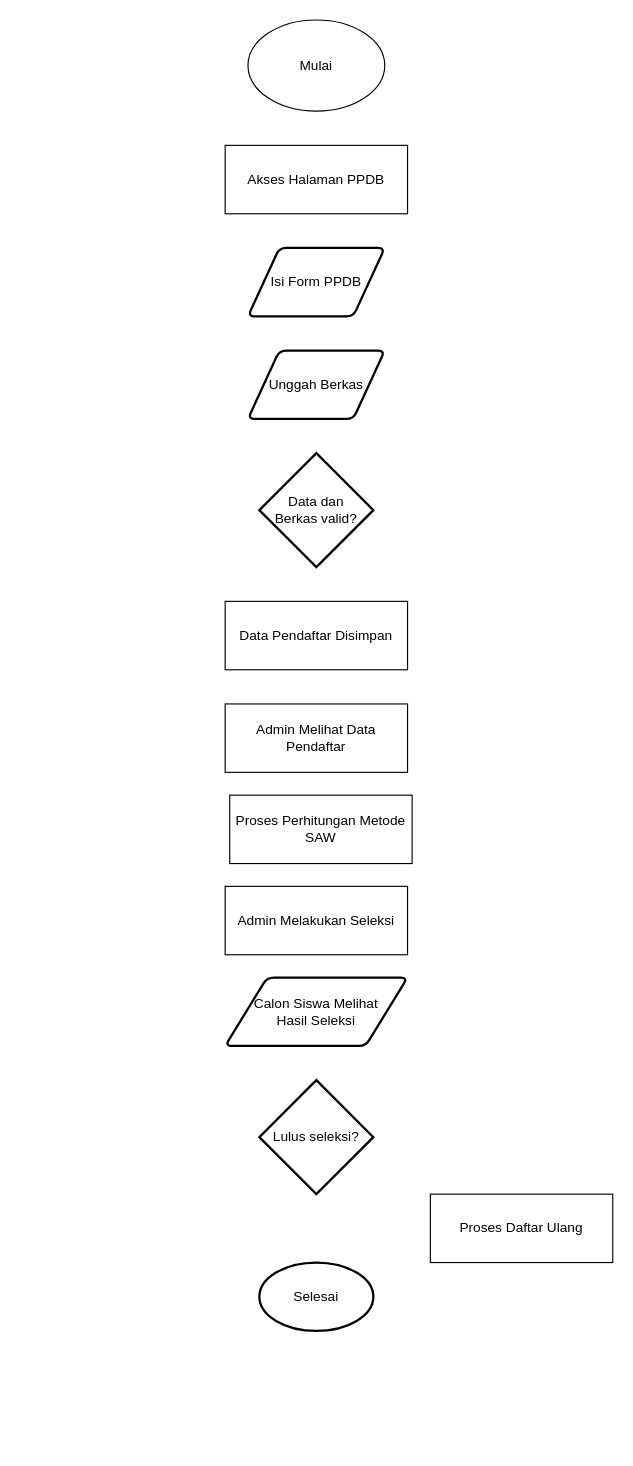
Before: design/Untitled Diagram.drawio in ryotwell/draw.io, a draw.io diagram. Source tidied: cells renumbered, new cells numbered last; positions are measured from the earlier drawing's top-left corner, leaving out a move shared by most shapes. Both pictures are drawn from the tidied source at 114%, with x=0, y=0 at pixel (225, 19).
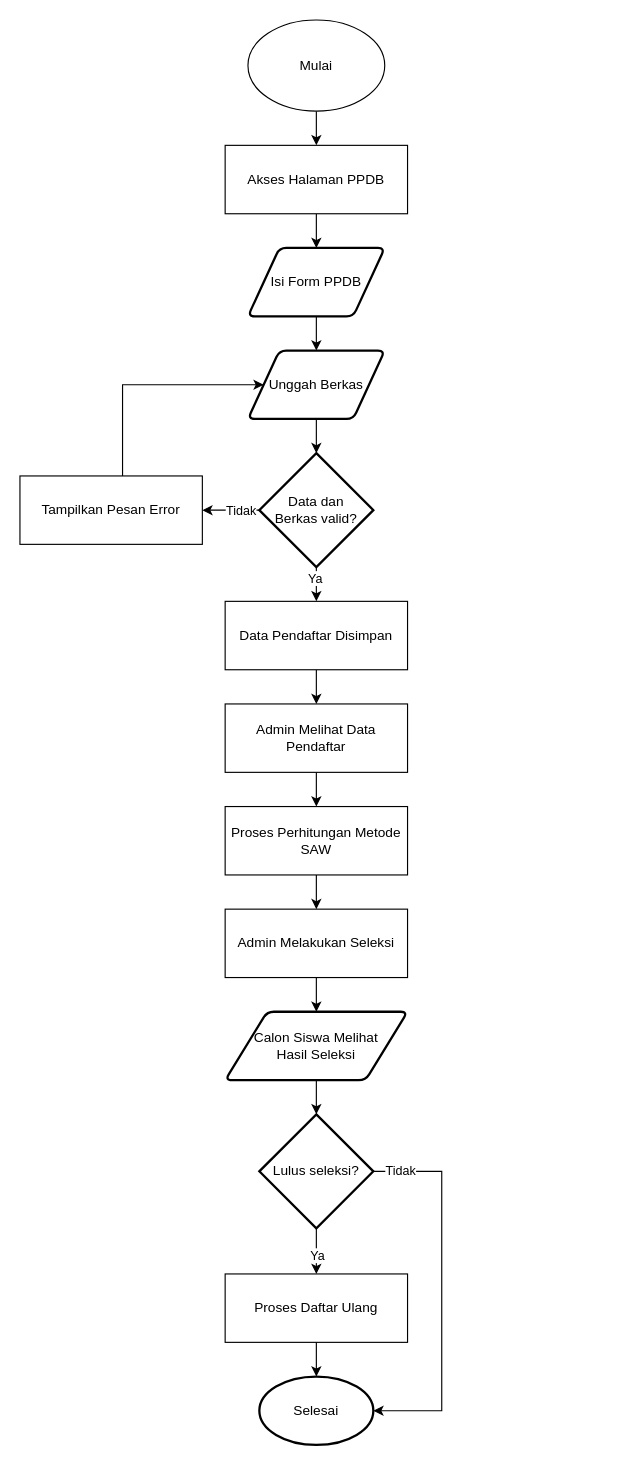
The same diagram, later.

Unchanged cells that the change refers to:
```xml
<mxCell id="2" value="Mulai" style="ellipse;whiteSpace=wrap;html=1;" parent="1" vertex="1">
  <mxGeometry x="20" width="120" height="80" as="geometry" />
</mxCell>
<mxCell id="3" value="Akses Halaman PPDB" style="rounded=0;whiteSpace=wrap;html=1;" parent="1" vertex="1">
  <mxGeometry y="110" width="160" height="60" as="geometry" />
</mxCell>
<mxCell id="4" value="Isi Form PPDB" style="shape=parallelogram;html=1;strokeWidth=2;perimeter=parallelogramPerimeter;whiteSpace=wrap;rounded=1;arcSize=12;size=0.23;" parent="1" vertex="1">
  <mxGeometry x="20" y="200" width="120" height="60" as="geometry" />
</mxCell>
<mxCell id="5" value="Unggah Berkas" style="shape=parallelogram;html=1;strokeWidth=2;perimeter=parallelogramPerimeter;whiteSpace=wrap;rounded=1;arcSize=12;size=0.23;" parent="1" vertex="1">
  <mxGeometry x="20" y="290" width="120" height="60" as="geometry" />
</mxCell>
<mxCell id="6" value="Data dan&lt;div&gt;Berkas valid?&lt;/div&gt;" style="strokeWidth=2;html=1;shape=mxgraph.flowchart.decision;whiteSpace=wrap;" parent="1" vertex="1">
  <mxGeometry x="30" y="380" width="100" height="100" as="geometry" />
</mxCell>
<mxCell id="11" value="Data P&lt;span style=&quot;color: light-dark(rgb(0, 0, 0), rgb(255, 255, 255)); background-color: transparent;&quot;&gt;endaftar Disimpan&lt;/span&gt;" style="rounded=0;whiteSpace=wrap;html=1;" parent="1" vertex="1">
  <mxGeometry y="510" width="160" height="60" as="geometry" />
</mxCell>
<mxCell id="12" value="Admin Melihat Data Pendaftar" style="rounded=0;whiteSpace=wrap;html=1;" parent="1" vertex="1">
  <mxGeometry y="600" width="160" height="60" as="geometry" />
</mxCell>
```

The edit, as a diff of the source:
```diff
@@
+    <mxCell id="15" style="edgeStyle=orthogonalEdgeStyle;rounded=0;jettySize=auto;html=1;" parent="1" edge="1" source="2" target="3">
+      <mxGeometry relative="1" as="geometry" />
+    </mxCell>
@@
+    <mxCell id="16" style="edgeStyle=orthogonalEdgeStyle;rounded=0;jettySize=auto;html=1;entryX=0.5;entryY=0;entryDx=0;entryDy=0;" parent="1" edge="1" source="3" target="4">
+      <mxGeometry relative="1" as="geometry" />
+    </mxCell>
@@
+    <mxCell id="17" style="edgeStyle=orthogonalEdgeStyle;rounded=0;jettySize=auto;html=1;" parent="1" edge="1" source="4" target="5">
+      <mxGeometry relative="1" as="geometry" />
+    </mxCell>
@@
+    <mxCell id="18" style="edgeStyle=orthogonalEdgeStyle;rounded=0;jettySize=auto;html=1;" parent="1" edge="1" source="6" target="11">
+      <mxGeometry relative="1" as="geometry" />
+    </mxCell>
+    <mxCell id="19" value="Ya" style="edgeLabel;html=1;align=center;verticalAlign=middle;" parent="18" vertex="1">
+      <mxGeometry x="-0.63" y="-2" relative="1" as="geometry" />
+    </mxCell>
+    <mxCell id="20" style="edgeStyle=orthogonalEdgeStyle;rounded=0;jettySize=auto;html=1;entryX=1;entryY=0.5;entryDx=0;entryDy=0;" parent="1" edge="1" source="6" target="30">
+      <mxGeometry relative="1" as="geometry" />
+    </mxCell>
+    <mxCell id="21" value="Tidak" style="edgeLabel;html=1;align=center;verticalAlign=middle;" parent="20" vertex="1">
+      <mxGeometry x="-0.33" relative="1" as="geometry" />
+    </mxCell>
@@
     <mxCell id="7" value="Calon Siswa&amp;nbsp;&lt;span style=&quot;background-color: transparent; color: light-dark(rgb(0, 0, 0), rgb(255, 255, 255));&quot;&gt;Melihat&lt;/span&gt;&lt;div&gt;&lt;span style=&quot;background-color: transparent; color: light-dark(rgb(0, 0, 0), rgb(255, 255, 255));&quot;&gt;Hasil Seleksi&lt;/span&gt;&lt;/div&gt;" style="shape=parallelogram;html=1;strokeWidth=2;perimeter=parallelogramPerimeter;whiteSpace=wrap;rounded=1;arcSize=12;size=0.23;" parent="1" vertex="1">
-      <mxGeometry y="840" width="160" height="60" as="geometry" />
+      <mxGeometry y="870" width="160" height="60" as="geometry" />
     </mxCell>
+    <mxCell id="22" style="edgeStyle=orthogonalEdgeStyle;rounded=0;jettySize=auto;html=1;" parent="1" edge="1" source="8" target="10">
+      <mxGeometry relative="1" as="geometry" />
+    </mxCell>
+    <mxCell id="23" value="Ya" style="edgeLabel;html=1;align=center;verticalAlign=middle;" parent="22" vertex="1">
+      <mxGeometry x="0.14" relative="1" as="geometry" />
+    </mxCell>
     <mxCell id="8" value="Lulus seleksi?" style="strokeWidth=2;html=1;shape=mxgraph.flowchart.decision;whiteSpace=wrap;" parent="1" vertex="1">
-      <mxGeometry x="30" y="930" width="100" height="100" as="geometry" />
+      <mxGeometry x="30" y="960" width="100" height="100" as="geometry" />
     </mxCell>
     <mxCell id="9" value="Selesai" style="strokeWidth=2;html=1;shape=mxgraph.flowchart.start_1;whiteSpace=wrap;" parent="1" vertex="1">
-      <mxGeometry x="30" y="1090" width="100" height="60" as="geometry" />
+      <mxGeometry x="30" y="1190" width="100" height="60" as="geometry" />
     </mxCell>
     <mxCell id="10" value="Proses Daftar Ulang" style="rounded=0;whiteSpace=wrap;html=1;" parent="1" vertex="1">
-      <mxGeometry x="180" y="1030" width="160" height="60" as="geometry" />
+      <mxGeometry y="1100" width="160" height="60" as="geometry" />
     </mxCell>
+    <mxCell id="24" style="edgeStyle=orthogonalEdgeStyle;rounded=0;jettySize=auto;html=1;" parent="1" edge="1" source="11" target="12">
+      <mxGeometry relative="1" as="geometry" />
+    </mxCell>
@@
+    <mxCell id="25" style="edgeStyle=orthogonalEdgeStyle;rounded=0;jettySize=auto;html=1;" parent="1" edge="1" source="12" target="13">
+      <mxGeometry relative="1" as="geometry" />
+    </mxCell>
@@
+    <mxCell id="26" style="edgeStyle=orthogonalEdgeStyle;rounded=0;jettySize=auto;html=1;entryX=0.5;entryY=0;entryDx=0;entryDy=0;" parent="1" edge="1" source="13" target="14">
+      <mxGeometry relative="1" as="geometry" />
+    </mxCell>
     <mxCell id="13" value="Proses Perhitungan Metode SAW" style="rounded=0;whiteSpace=wrap;html=1;" parent="1" vertex="1">
-      <mxGeometry x="4" y="680" width="160" height="60" as="geometry" />
+      <mxGeometry y="690" width="160" height="60" as="geometry" />
     </mxCell>
+    <mxCell id="27" style="edgeStyle=orthogonalEdgeStyle;rounded=0;jettySize=auto;html=1;entryX=0.5;entryY=0;entryDx=0;entryDy=0;" parent="1" edge="1" source="14" target="7">
+      <mxGeometry relative="1" as="geometry" />
+    </mxCell>
     <mxCell id="14" value="Admin Melakukan Seleksi" style="rounded=0;whiteSpace=wrap;html=1;" parent="1" vertex="1">
-      <mxGeometry y="760" width="160" height="60" as="geometry" />
+      <mxGeometry y="780" width="160" height="60" as="geometry" />
     </mxCell>
+    <mxCell id="28" style="edgeStyle=orthogonalEdgeStyle;rounded=0;jettySize=auto;html=1;entryX=0.5;entryY=0;entryDx=0;entryDy=0;entryPerimeter=0;" parent="1" edge="1" source="5" target="6">
+      <mxGeometry relative="1" as="geometry" />
+    </mxCell>
+    <mxCell id="29" style="edgeStyle=orthogonalEdgeStyle;rounded=0;jettySize=auto;html=1;entryX=0;entryY=0.5;entryDx=0;entryDy=0;" parent="1" edge="1" source="30" target="5">
+      <mxGeometry relative="1" as="geometry">
+        <Array as="points">
+          <mxPoint x="-90" y="320" />
+        </Array>
+      </mxGeometry>
+    </mxCell>
+    <mxCell id="30" value="Tampilkan Pesan Error" style="rounded=0;whiteSpace=wrap;html=1;" parent="1" vertex="1">
+      <mxGeometry x="-180" y="400" width="160" height="60" as="geometry" />
+    </mxCell>
+    <mxCell id="31" style="edgeStyle=orthogonalEdgeStyle;rounded=0;jettySize=auto;html=1;entryX=0.5;entryY=0;entryDx=0;entryDy=0;entryPerimeter=0;" parent="1" edge="1" source="7" target="8">
+      <mxGeometry relative="1" as="geometry" />
+    </mxCell>
+    <mxCell id="32" style="edgeStyle=orthogonalEdgeStyle;rounded=0;jettySize=auto;html=1;entryX=0.5;entryY=0;entryDx=0;entryDy=0;entryPerimeter=0;" parent="1" edge="1" source="10" target="9">
+      <mxGeometry relative="1" as="geometry" />
+    </mxCell>
+    <mxCell id="33" style="edgeStyle=orthogonalEdgeStyle;rounded=0;jettySize=auto;html=1;entryX=1;entryY=0.5;entryDx=0;entryDy=0;entryPerimeter=0;" parent="1" edge="1" source="8" target="9">
+      <mxGeometry relative="1" as="geometry">
+        <Array as="points">
+          <mxPoint x="190" y="1010" />
+          <mxPoint x="190" y="1220" />
+        </Array>
+      </mxGeometry>
+    </mxCell>
+    <mxCell id="34" value="Tidak" style="edgeLabel;html=1;align=center;verticalAlign=middle;" parent="33" vertex="1">
+      <mxGeometry x="-0.86" y="1" relative="1" as="geometry" />
+    </mxCell>
```
